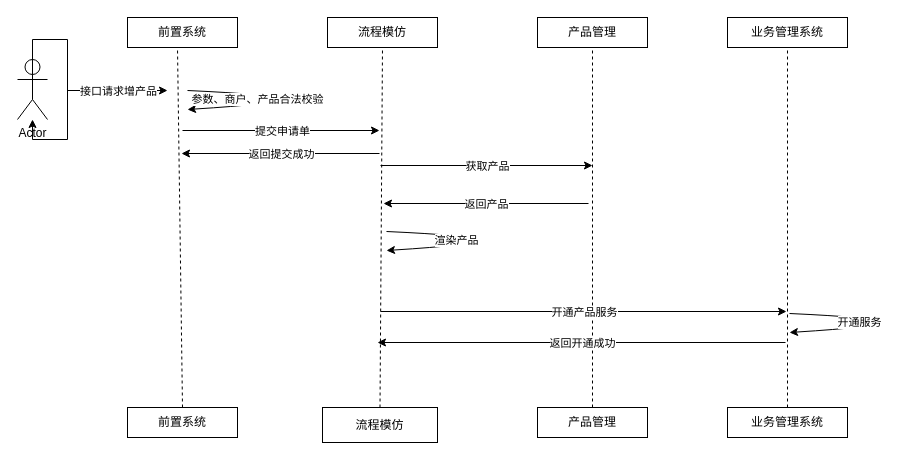
This is 0类产品.drawio from fengyong7723131/work, a draw.io file, before an edit. Source tidied: cells renumbered, new cells numbered last; positions are measured from the earlier drawing's top-left corner, leaving out a move shared by most shapes. Both pictures are drawn from the tidied source at 100%, with x=0, y=0 at pixel (17, 17).
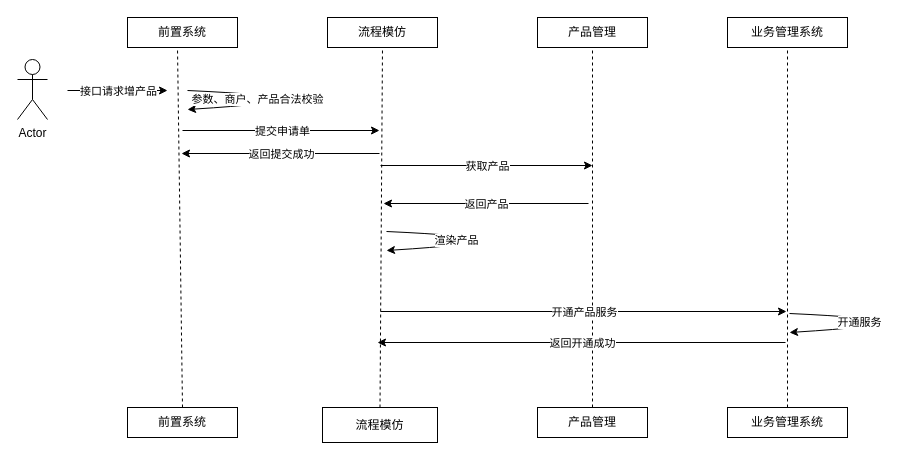
After the change.

Commit message:
更新0类产品.drawio

The change refers to these unchanged cells:
```xml
<mxCell id="14" value="Actor" style="shape=umlActor;verticalLabelPosition=bottom;verticalAlign=top;html=1;outlineConnect=0;" parent="1" vertex="1">
  <mxGeometry y="42" width="30" height="60" as="geometry" />
</mxCell>
```

What changed in the source:
```diff
@@
-    <mxCell id="33" style="edgeStyle=orthogonalEdgeStyle;rounded=0;orthogonalLoop=1;jettySize=auto;html=1;exitX=0.5;exitY=0.5;exitDx=0;exitDy=0;exitPerimeter=0;" parent="1" edge="1" source="14" target="14">
-      <mxGeometry relative="1" as="geometry" />
-    </mxCell>
```
